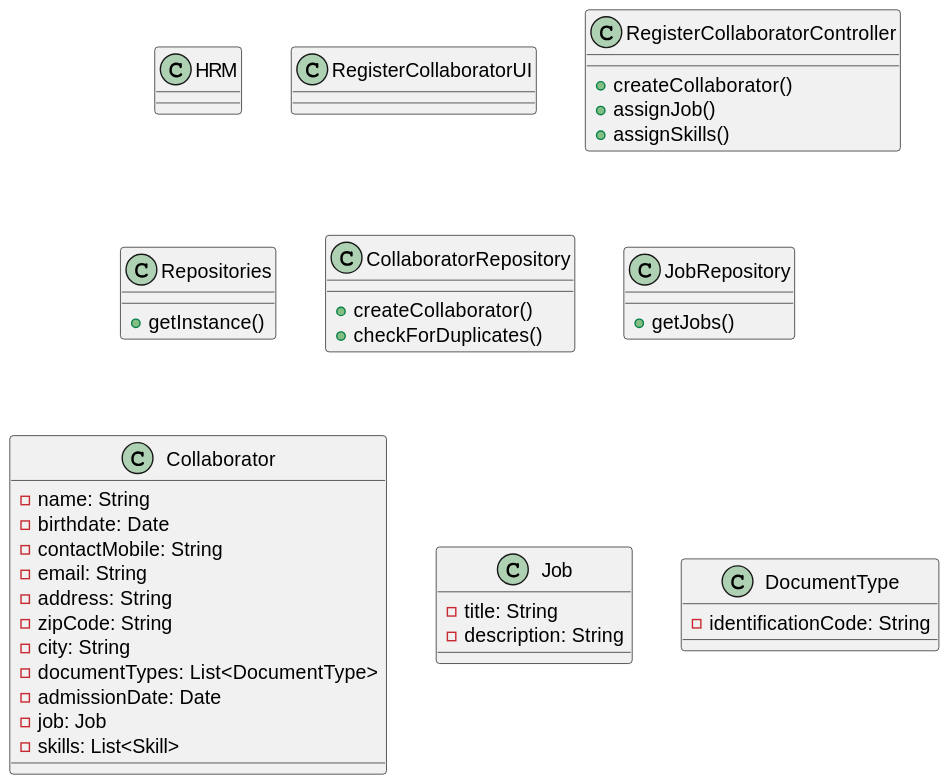
Earlier version of the PlantUML export docs/sprintB/us003/03.design/svg/us003-class-diagram.svg (ricardomm7/leaflink).
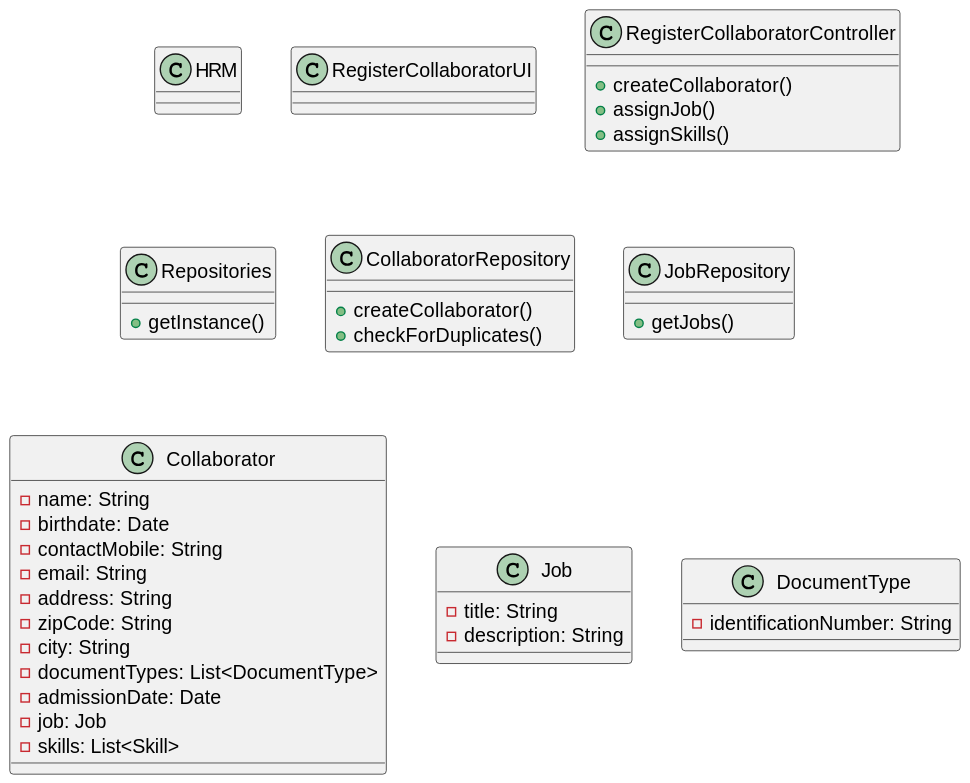
After the commit.

Change to the diagram source:
```diff
@@ -48,6 +48,6 @@
 }
 
 class DocumentType {
-    - identificationCode: String
+    - identificationNumber: String
 }
 @enduml
```
